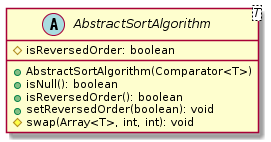
Before: malokhvii-eduard/malokhvii05/doc/plantuml/png/ua.khpi.oop.malokhvii05.common.algorithms.sort.AbstractSortAlgorithm.png, a diagram exported from PlantUML (P-Kalin/kit26a).
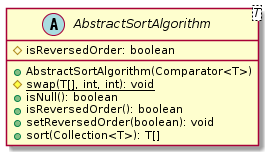
Later version of the same file.

Change to the diagram source:
```diff
@@ -3,10 +3,11 @@
     abstract class AbstractSortAlgorithm<T> {
         #isReversedOrder: boolean
         +AbstractSortAlgorithm(Comparator<T>)
+        {static} #swap(T[], int, int): void
         +isNull(): boolean
         +isReversedOrder(): boolean
         +setReversedOrder(boolean): void
-        #swap(Array<T>, int, int): void
+        +sort(Collection<T>): T[]
     }
 
 @enduml
```
